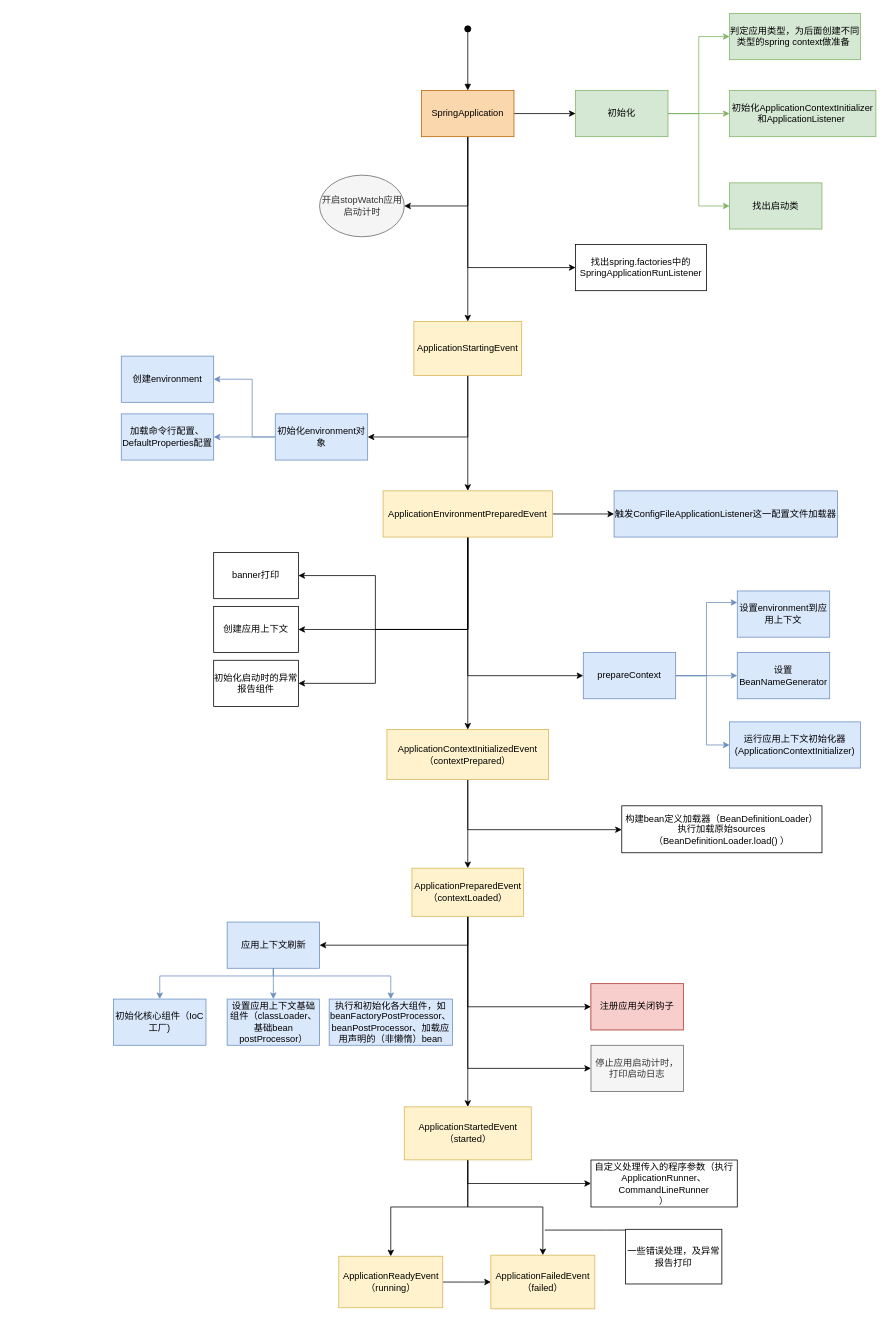
The draw.io diagram boot/spring-boot-startup.drawio in teaho2015-blog/Spring-source-code-Learning, before the edit. Source tidied: cells renumbered, new cells numbered last; positions are measured from the earlier drawing's top-left corner, leaving out a move shared by most shapes. Both pictures are drawn from the tidied source at 77%, with x=0, y=0 at pixel (113, 13).
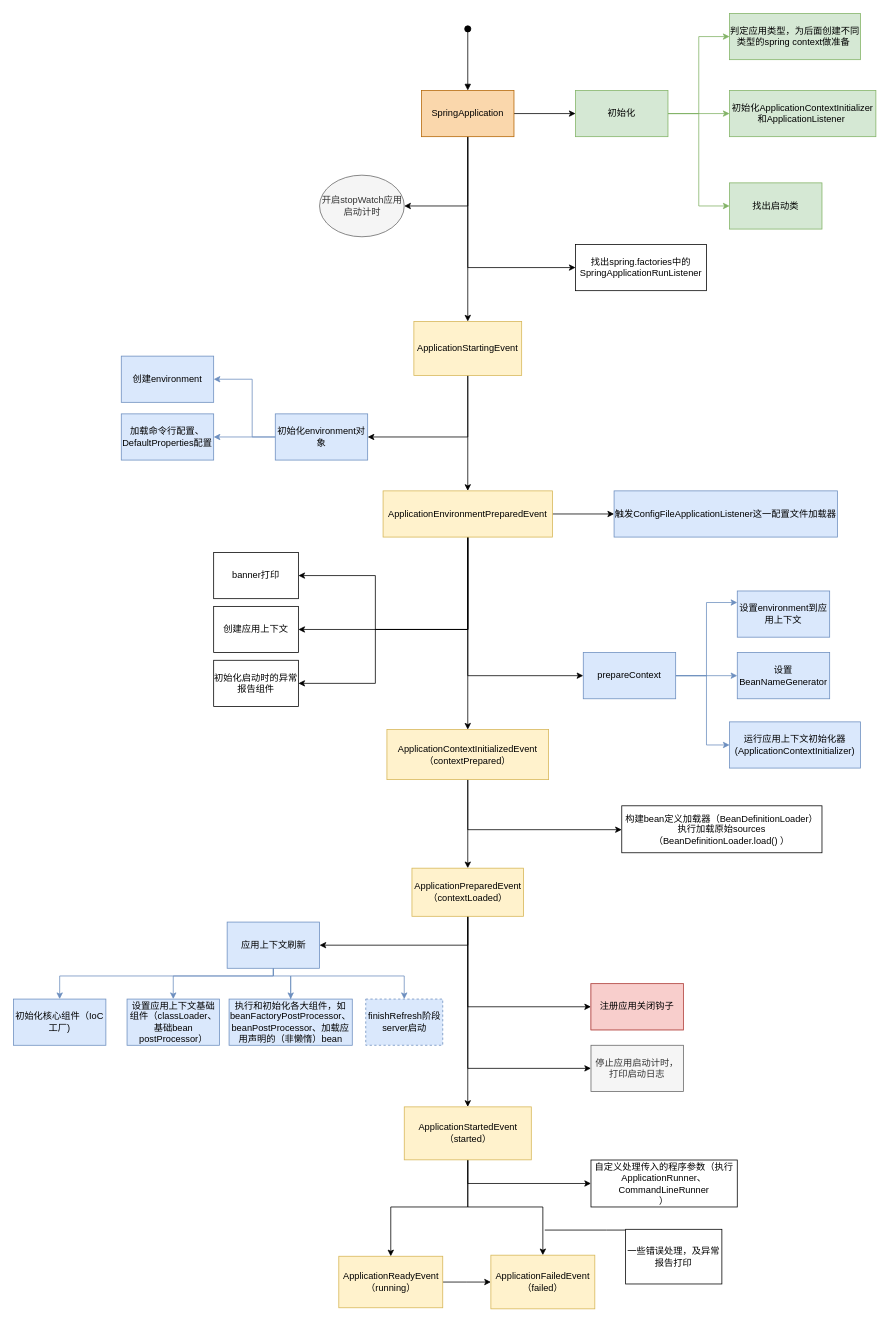
After the change.

Commit message (it also covers changes not shown here):
[upd]spring boot startup.

Unchanged cells that the change refers to:
```xml
<mxCell id="63" value="应用上下文刷新" style="rounded=0;whiteSpace=wrap;html=1;fillColor=#dae8fc;strokeColor=#6c8ebf;" parent="1" vertex="1">
  <mxGeometry x="147.5" y="1180" width="120" height="60" as="geometry" />
</mxCell>
```

Diff of the diagram source:
```diff
@@
     <mxCell id="60" style="edgeStyle=orthogonalEdgeStyle;rounded=0;jettySize=auto;html=1;entryX=0.5;entryY=0;entryDx=0;entryDy=0;fillColor=#dae8fc;strokeColor=#6c8ebf;" parent="1" edge="1" source="63" target="65">
       <mxGeometry relative="1" as="geometry">
         <Array as="points">
-          <mxPoint x="208" y="1280" />
+          <mxPoint x="208" y="1250" />
+          <mxPoint x="78" y="1250" />
         </Array>
       </mxGeometry>
     </mxCell>
-    <mxCell id="61" style="edgeStyle=orthogonalEdgeStyle;rounded=0;jettySize=auto;html=1;fillColor=#dae8fc;strokeColor=#6c8ebf;" parent="1" edge="1" source="63" target="64">
+    <mxCell id="61" style="edgeStyle=orthogonalEdgeStyle;rounded=0;jettySize=auto;html=1;fillColor=#dae8fc;strokeColor=#6c8ebf;entryX=0.5;entryY=0;entryDx=0;entryDy=0;" parent="1" edge="1" source="63" target="64">
       <mxGeometry relative="1" as="geometry">
         <Array as="points">
           <mxPoint x="208" y="1250" />
-          <mxPoint x="60" y="1250" />
+          <mxPoint x="-70" y="1250" />
         </Array>
       </mxGeometry>
     </mxCell>
     <mxCell id="62" style="edgeStyle=orthogonalEdgeStyle;rounded=0;jettySize=auto;html=1;entryX=0.5;entryY=0;entryDx=0;entryDy=0;fillColor=#dae8fc;strokeColor=#6c8ebf;" parent="1" edge="1" source="63" target="66">
       <mxGeometry relative="1" as="geometry">
         <Array as="points">
           <mxPoint x="208" y="1250" />
-          <mxPoint x="360" y="1250" />
+          <mxPoint x="230" y="1250" />
         </Array>
       </mxGeometry>
     </mxCell>
@@
     <mxCell id="64" value="初始化核心组件（IoC工厂)" style="rounded=0;whiteSpace=wrap;html=1;fillColor=#dae8fc;strokeColor=#6c8ebf;" parent="1" vertex="1">
-      <mxGeometry y="1280" width="120" height="60" as="geometry" />
+      <mxGeometry x="-130" y="1280" width="120" height="60" as="geometry" />
     </mxCell>
     <mxCell id="65" value="设置应用上下文基础组件（classLoader、基础bean postProcessor）" style="rounded=0;whiteSpace=wrap;html=1;fillColor=#dae8fc;strokeColor=#6c8ebf;" parent="1" vertex="1">
-      <mxGeometry x="147.5" y="1280" width="120" height="60" as="geometry" />
+      <mxGeometry x="17.5" y="1280" width="120" height="60" as="geometry" />
     </mxCell>
+    <mxCell id="73" style="edgeStyle=orthogonalEdgeStyle;rounded=0;jettySize=auto;html=1;fillColor=#dae8fc;strokeColor=#6c8ebf;entryX=0.5;entryY=0;entryDx=0;entryDy=0;" parent="1" edge="1" source="66" target="74">
+      <mxGeometry relative="1" as="geometry">
+        <Array as="points">
+          <mxPoint x="230" y="1250" />
+          <mxPoint x="378" y="1250" />
+        </Array>
+      </mxGeometry>
+    </mxCell>
     <mxCell id="66" value="执行和初始化各大组件，如beanFactoryPostProcessor、beanPostProcessor、加载应用声明的（非懒惰）bean" style="rounded=0;whiteSpace=wrap;html=1;fillColor=#dae8fc;strokeColor=#6c8ebf;" parent="1" vertex="1">
-      <mxGeometry x="280" y="1280" width="160" height="60" as="geometry" />
+      <mxGeometry x="150" y="1280" width="160" height="60" as="geometry" />
     </mxCell>
@@
+    <mxCell id="74" value="finishRefresh阶段server启动" style="whiteSpace=wrap;html=1;fillColor=#dae8fc;strokeColor=#6c8ebf;rounded=0;dashed=1;" parent="1" vertex="1">
+      <mxGeometry x="327.5" y="1280" width="100" height="60" as="geometry" />
+    </mxCell>
```
